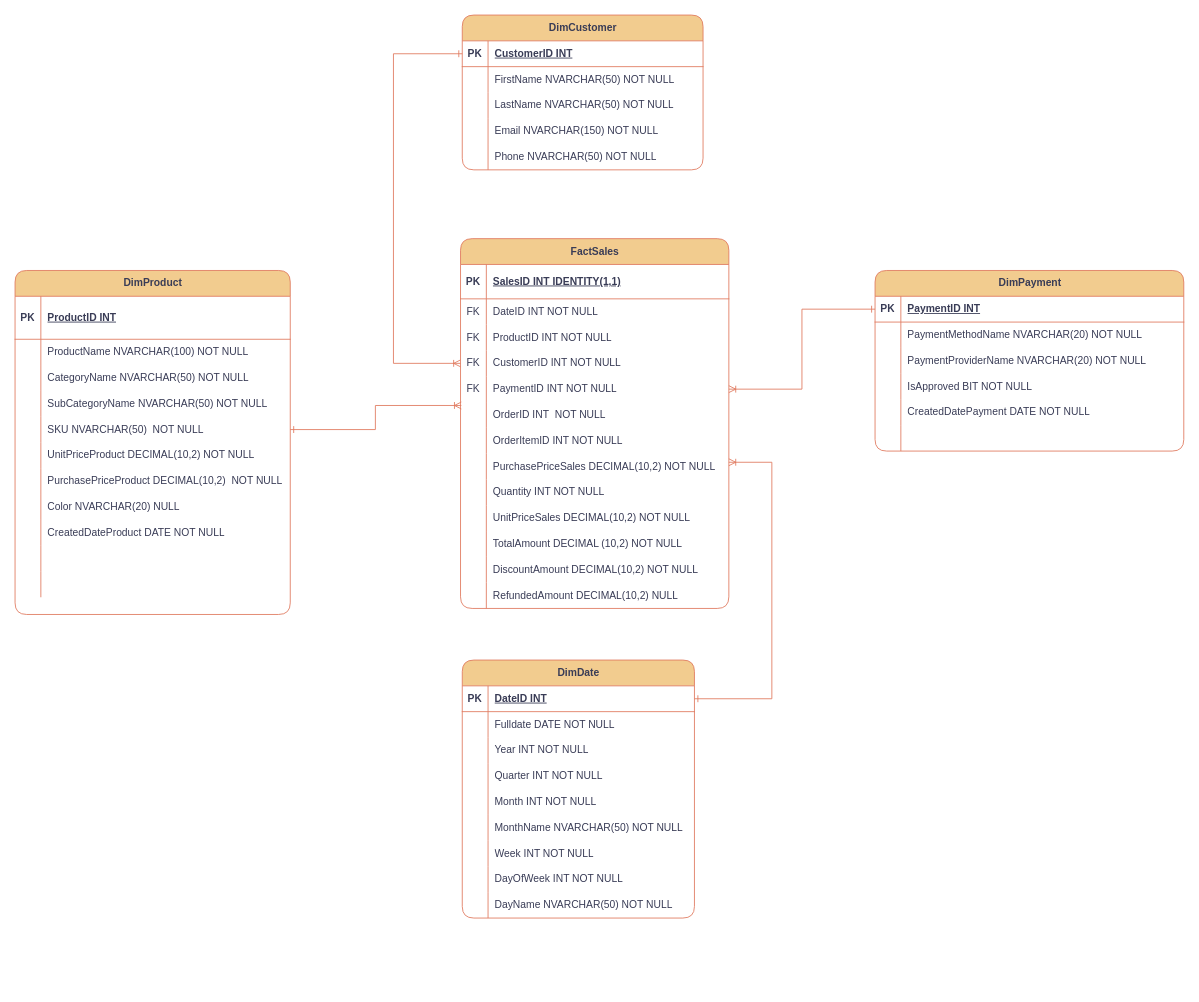
This is page "Star" (1 of 2) of Star and Snowflake - v4.drawio from dargys/KimmosLektion, a draw.io file, before an edit. Source tidied: cells renumbered, new cells numbered last; positions are measured from the earlier drawing's top-left corner, leaving out a move shared by most shapes. Both pictures are drawn from the tidied source at 86%, with x=0, y=0 at pixel (15, 15).
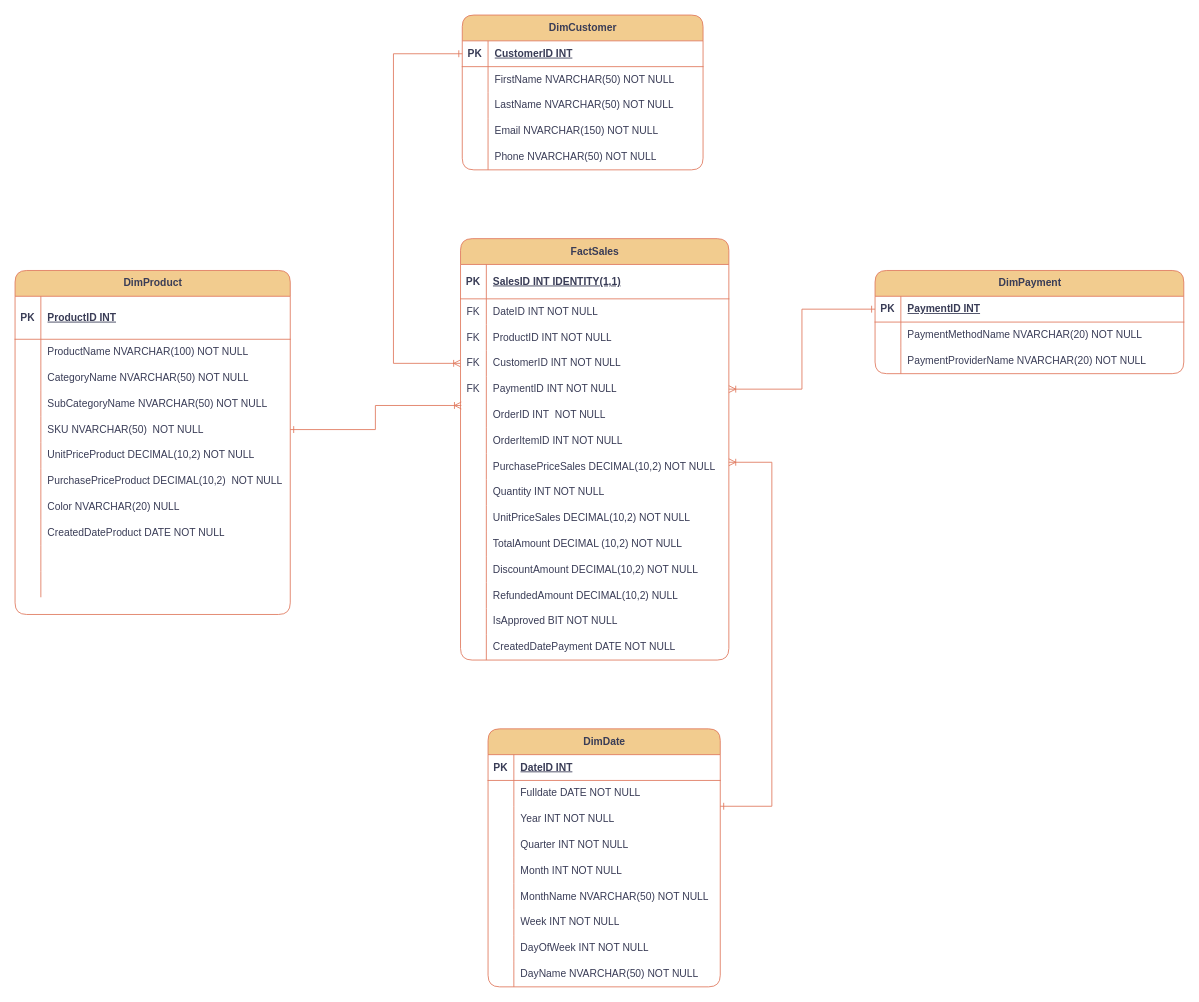
The same page after the edit.

Commit message (it also covers changes not shown here):
Updated Star Schema and Snowflake Line and IsApproved, CreatedDate

Unchanged cells that the change refers to:
```xml
<mxCell id="59" style="shape=tableRow;horizontal=0;startSize=0;swimlaneHead=0;swimlaneBody=0;fillColor=none;points=[[0,0.5],[1,0.5]];portConstraint=eastwest;top=0;left=0;right=0;bottom=1;labelBackgroundColor=none;strokeColor=#E07A5F;fontColor=#393C56;rounded=1;" parent="58" vertex="1">
  <mxGeometry y="30" width="270" height="30" as="geometry" />
</mxCell>
```

Change to the diagram source:
```diff
@@
     <mxCell id="2" value="FactSales" style="shape=table;startSize=30;childLayout=tableLayout;rowLines=0;fontStyle=1;align=center;html=1;labelBackgroundColor=none;fillColor=#F2CC8F;strokeColor=#E07A5F;fontColor=#393C56;rounded=1;" parent="1" vertex="1">
-      <mxGeometry x="518" y="260" width="312" height="430" as="geometry" />
+      <mxGeometry x="518" y="260" width="312" height="490" as="geometry" />
     </mxCell>
@@
+    <mxCell id="143" style="shape=tableRow;horizontal=0;startSize=0;swimlaneHead=0;swimlaneBody=0;fillColor=none;top=0;left=0;right=0;bottom=0;labelBackgroundColor=none;strokeColor=#E07A5F;fontColor=#393C56;rounded=1;" parent="2" vertex="1">
+      <mxGeometry y="430" width="312" height="30" as="geometry" />
+    </mxCell>
+    <mxCell id="144" style="shape=partialRectangle;fillColor=none;top=0;left=0;bottom=0;right=0;overflow=hidden;whiteSpace=wrap;html=1;labelBackgroundColor=none;strokeColor=#E07A5F;fontColor=#393C56;rounded=1;" parent="143" vertex="1">
+      <mxGeometry width="30" height="30" as="geometry" />
+    </mxCell>
+    <mxCell id="98" value="IsApproved BIT NOT NULL" style="shape=partialRectangle;fillColor=none;top=0;left=0;bottom=0;right=0;align=left;spacingLeft=6;overflow=hidden;whiteSpace=wrap;html=1;labelBackgroundColor=none;strokeColor=#E07A5F;fontColor=#393C56;rounded=1;" parent="143" vertex="1">
+      <mxGeometry x="30" width="282" height="30" as="geometry" />
+    </mxCell>
+    <mxCell id="145" style="shape=tableRow;horizontal=0;startSize=0;swimlaneHead=0;swimlaneBody=0;fillColor=none;top=0;left=0;right=0;bottom=0;labelBackgroundColor=none;strokeColor=#E07A5F;fontColor=#393C56;rounded=1;" parent="2" vertex="1">
+      <mxGeometry y="460" width="312" height="30" as="geometry" />
+    </mxCell>
+    <mxCell id="146" style="shape=partialRectangle;fillColor=none;top=0;left=0;bottom=0;right=0;overflow=hidden;whiteSpace=wrap;html=1;labelBackgroundColor=none;strokeColor=#E07A5F;fontColor=#393C56;rounded=1;" parent="145" vertex="1">
+      <mxGeometry width="30" height="30" as="geometry" />
+    </mxCell>
+    <mxCell id="101" value="CreatedDatePayment DATE NOT NULL" style="shape=partialRectangle;fillColor=none;top=0;left=0;bottom=0;right=0;align=left;spacingLeft=6;overflow=hidden;whiteSpace=wrap;html=1;labelBackgroundColor=none;strokeColor=#E07A5F;fontColor=#393C56;rounded=1;" parent="145" vertex="1">
+      <mxGeometry x="30" width="282" height="30" as="geometry" />
+    </mxCell>
@@
     <mxCell id="58" value="DimDate" style="shape=table;startSize=30;childLayout=tableLayout;rowLines=0;fontStyle=1;align=center;html=1;labelBackgroundColor=none;fillColor=#F2CC8F;strokeColor=#E07A5F;fontColor=#393C56;rounded=1;" parent="1" vertex="1">
-      <mxGeometry x="520" y="750" width="270" height="300" as="geometry" />
+      <mxGeometry x="550" y="830" width="270" height="300" as="geometry" />
     </mxCell>
@@
     <mxCell id="86" value="DimPayment" style="shape=table;startSize=30;childLayout=tableLayout;rowLines=0;fontStyle=1;align=center;html=1;strokeColor=#E07A5F;fontColor=#393C56;fillColor=#F2CC8F;rounded=1;labelBackgroundColor=none;" parent="1" vertex="1">
-      <mxGeometry x="1000" y="297" width="359" height="210" as="geometry" />
+      <mxGeometry x="1000" y="297" width="359" height="120" as="geometry" />
     </mxCell>
@@
-    <mxCell id="96" style="shape=tableRow;horizontal=0;startSize=0;swimlaneHead=0;swimlaneBody=0;fillColor=none;top=0;left=0;right=0;bottom=0;strokeColor=#E07A5F;fontColor=#393C56;rounded=1;labelBackgroundColor=none;" parent="86" vertex="1">
-      <mxGeometry y="120" width="359" height="30" as="geometry" />
-    </mxCell>
-    <mxCell id="97" style="shape=partialRectangle;fillColor=none;top=0;left=0;bottom=0;right=0;overflow=hidden;whiteSpace=wrap;html=1;strokeColor=#E07A5F;fontColor=#393C56;rounded=1;labelBackgroundColor=none;" parent="96" vertex="1">
-      <mxGeometry width="30" height="30" as="geometry" />
-    </mxCell>
-    <mxCell id="98" value="IsApproved BIT NOT NULL" style="shape=partialRectangle;fillColor=none;top=0;left=0;bottom=0;right=0;align=left;spacingLeft=6;overflow=hidden;whiteSpace=wrap;html=1;strokeColor=#E07A5F;fontColor=#393C56;rounded=1;labelBackgroundColor=none;" parent="96" vertex="1">
-      <mxGeometry x="30" width="329" height="30" as="geometry" />
-    </mxCell>
-    <mxCell id="99" style="shape=tableRow;horizontal=0;startSize=0;swimlaneHead=0;swimlaneBody=0;fillColor=none;top=0;left=0;right=0;bottom=0;strokeColor=#E07A5F;fontColor=#393C56;rounded=1;labelBackgroundColor=none;" parent="86" vertex="1">
-      <mxGeometry y="150" width="359" height="30" as="geometry" />
-    </mxCell>
-    <mxCell id="100" style="shape=partialRectangle;fillColor=none;top=0;left=0;bottom=0;right=0;overflow=hidden;whiteSpace=wrap;html=1;strokeColor=#E07A5F;fontColor=#393C56;rounded=1;labelBackgroundColor=none;" parent="99" vertex="1">
-      <mxGeometry width="30" height="30" as="geometry" />
-    </mxCell>
-    <mxCell id="101" value="CreatedDatePayment DATE NOT NULL" style="shape=partialRectangle;fillColor=none;top=0;left=0;bottom=0;right=0;align=left;spacingLeft=6;overflow=hidden;whiteSpace=wrap;html=1;strokeColor=#E07A5F;fontColor=#393C56;rounded=1;labelBackgroundColor=none;" parent="99" vertex="1">
-      <mxGeometry x="30" width="329" height="30" as="geometry" />
-    </mxCell>
-    <mxCell id="102" style="shape=tableRow;horizontal=0;startSize=0;swimlaneHead=0;swimlaneBody=0;fillColor=none;top=0;left=0;right=0;bottom=0;strokeColor=#E07A5F;fontColor=#393C56;rounded=1;labelBackgroundColor=none;" parent="86" vertex="1">
-      <mxGeometry y="180" width="359" height="30" as="geometry" />
-    </mxCell>
-    <mxCell id="103" style="shape=partialRectangle;fillColor=none;top=0;left=0;bottom=0;right=0;overflow=hidden;whiteSpace=wrap;html=1;strokeColor=#E07A5F;fontColor=#393C56;rounded=1;labelBackgroundColor=none;" parent="102" vertex="1">
-      <mxGeometry width="30" height="30" as="geometry" />
-    </mxCell>
-    <mxCell id="104" style="shape=partialRectangle;fillColor=none;top=0;left=0;bottom=0;right=0;align=left;spacingLeft=6;overflow=hidden;whiteSpace=wrap;html=1;strokeColor=#E07A5F;fontColor=#393C56;rounded=1;labelBackgroundColor=none;" parent="102" vertex="1">
-      <mxGeometry x="30" width="329" height="30" as="geometry" />
-    </mxCell>
@@
-    <mxCell id="142" style="edgeStyle=orthogonalEdgeStyle;fontSize=12;html=1;endArrow=ERoneToMany;rounded=0;strokeColor=#E07A5F;fontColor=default;exitX=1;exitY=0.5;exitDx=0;exitDy=0;labelBackgroundColor=none;endFill=0;startArrow=ERone;startFill=0;" parent="1" edge="1" source="59">
+    <mxCell id="142" style="edgeStyle=orthogonalEdgeStyle;fontSize=12;html=1;endArrow=ERoneToMany;rounded=0;strokeColor=#E07A5F;fontColor=default;labelBackgroundColor=none;endFill=0;startArrow=ERone;startFill=0;" parent="1" edge="1">
       <mxGeometry relative="1" as="geometry">
+        <mxPoint x="820" y="920" as="sourcePoint" />
         <mxPoint x="830" y="520" as="targetPoint" />
         <Array as="points">
-          <mxPoint x="880" y="795" />
+          <mxPoint x="880" y="920" />
           <mxPoint x="880" y="520" />
-          <mxPoint x="830" y="520" />
         </Array>
       </mxGeometry>
     </mxCell>
```
